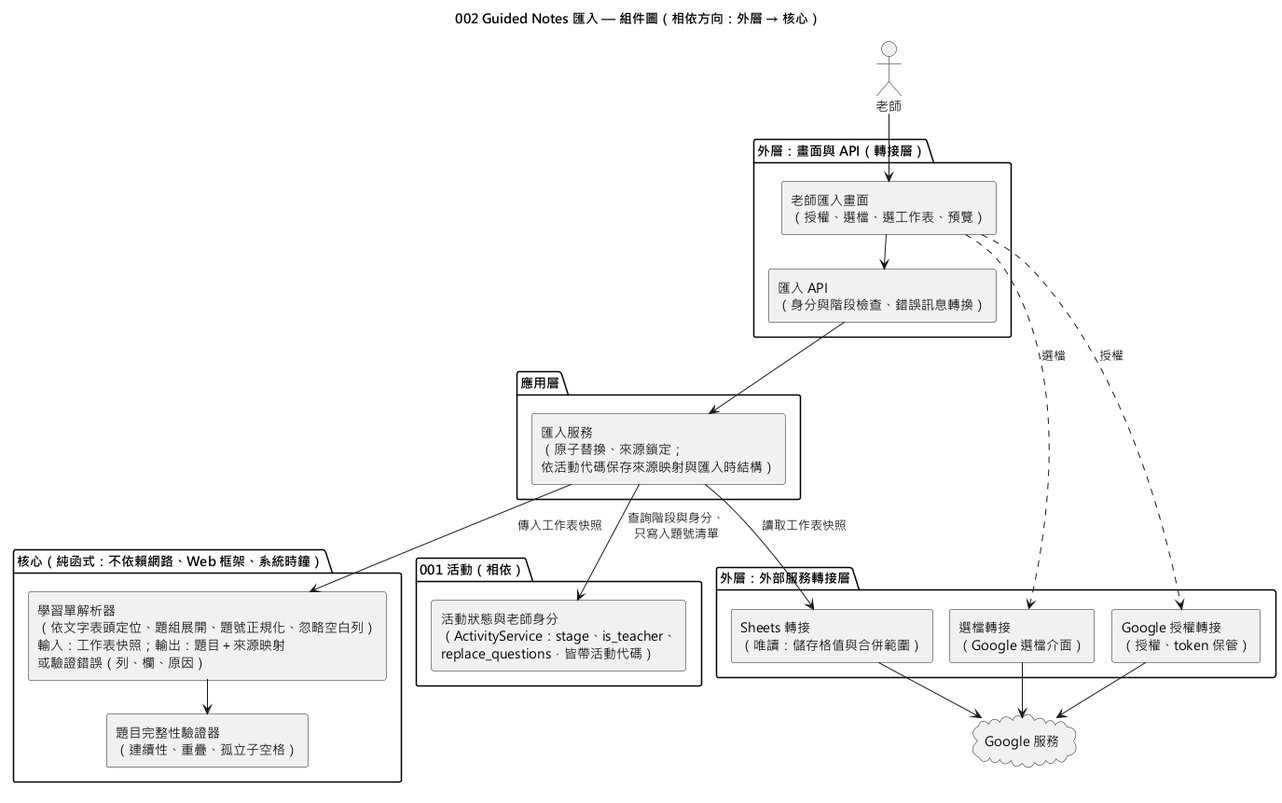
EricC430/lecture-answer-first_group16_speckit keeps this PlantUML diagram as diagrams/002-guided-notes-import-component.png. Above is the earlier version.
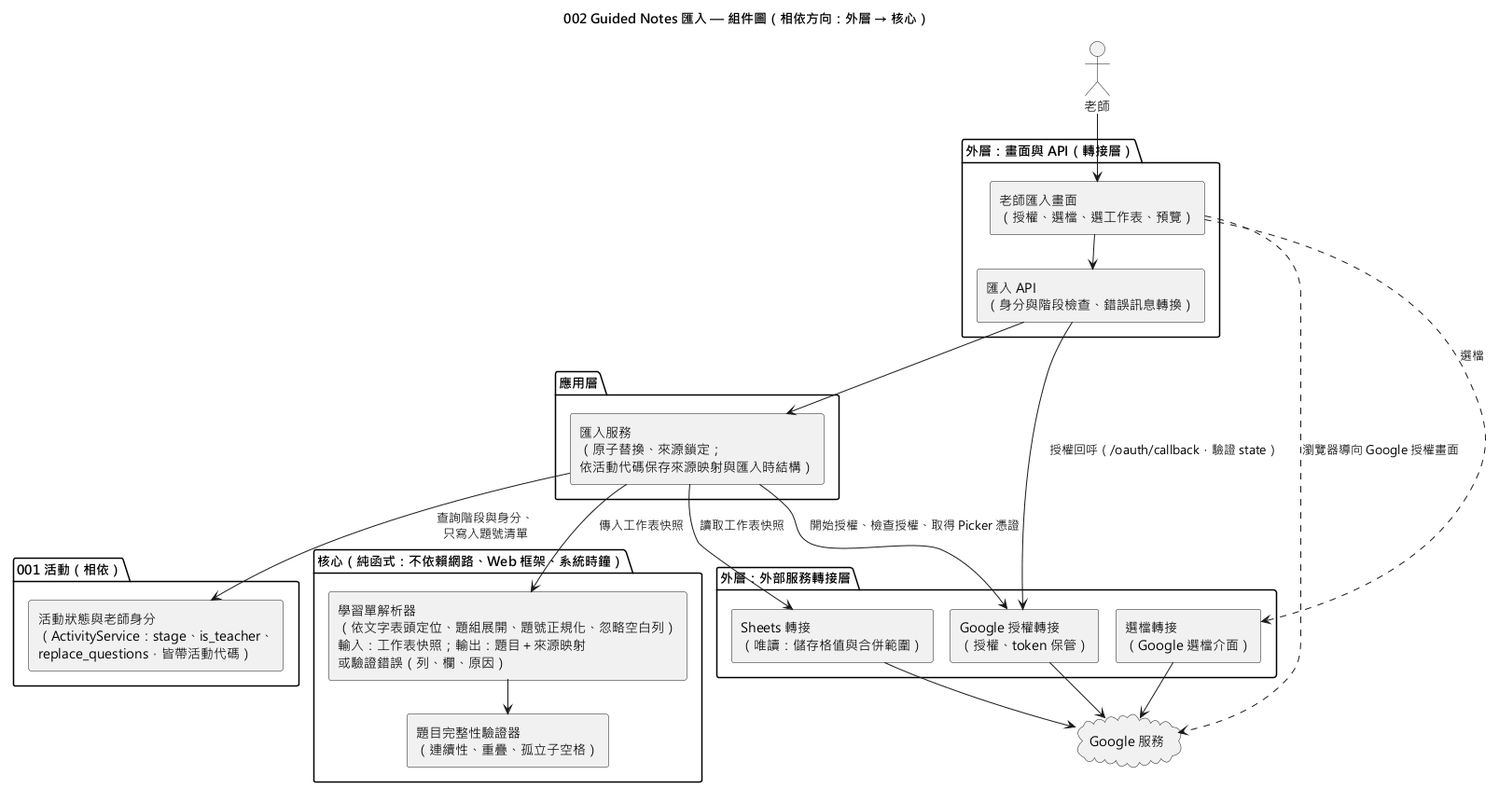
Later version of the same file.

Diff of the diagram source:
```diff
@@ -35,7 +35,9 @@
 Teacher --> UI
 UI --> Api
 UI ..> PickerAdapter : 選檔
-UI ..> AuthAdapter : 授權
+UI ..> Google : 瀏覽器導向 Google 授權畫面
+Api --> AuthAdapter : 授權回呼（/oauth/callback，驗證 state）
+ImportService --> AuthAdapter : 開始授權、檢查授權、取得 Picker 憑證
 Api --> ImportService
 ImportService --> Activity : 查詢階段與身分、\n只寫入題號清單
 ImportService --> SheetsAdapter : 讀取工作表快照
```
